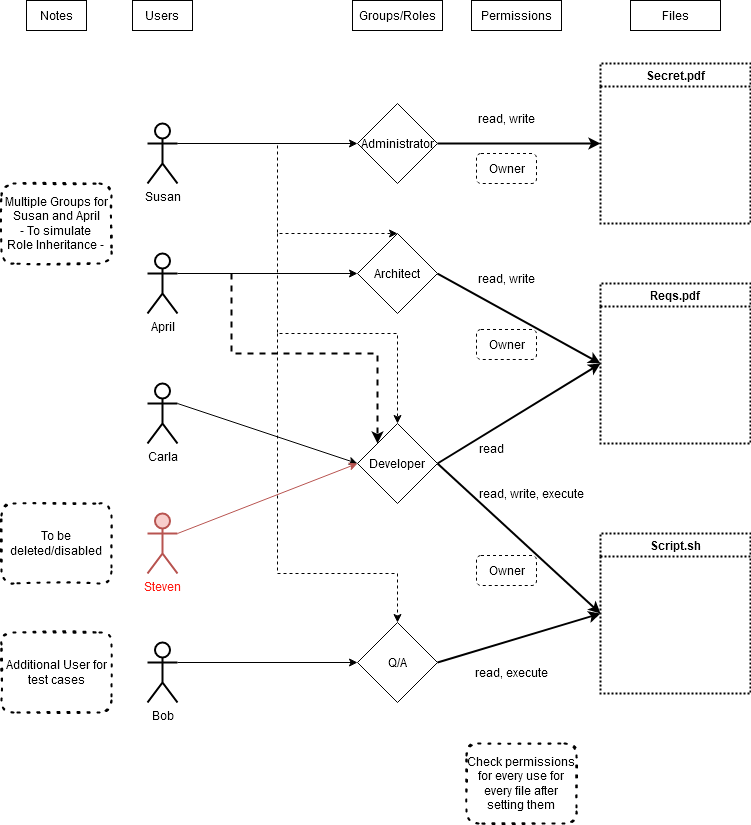
Before: Expanded Plan - top.png, a diagram exported from draw.io (Nobel-CS/RBAC_test). Source tidied: cells renumbered, new cells last; positions are measured from the earlier drawing's top-left corner, leaving out a move shared by most shapes.
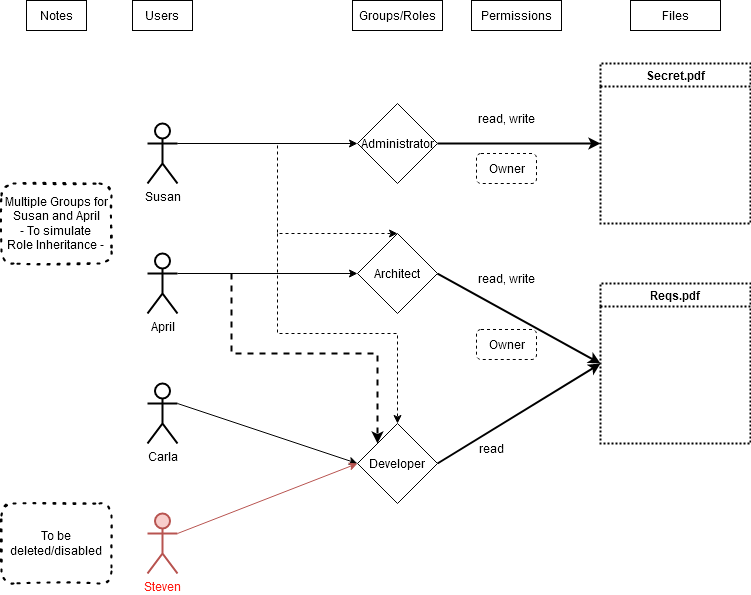
The same file after the commit.

What changed in the source:
```diff
@@ -26,12 +26,6 @@
     <mxCell id="9" value="Steven" style="shape=umlActor;verticalLabelPosition=bottom;verticalAlign=top;html=1;outlineConnect=0;strokeColor=#b85450;strokeWidth=2;fillColor=#f8cecc;fontColor=#FF1C14;" parent="1" vertex="1">
       <mxGeometry x="146" y="513" width="30" height="60" as="geometry" />
     </mxCell>
-    <mxCell id="10" style="edgeStyle=none;rounded=0;jettySize=auto;html=1;exitX=1;exitY=0.3333333333333333;exitDx=0;exitDy=0;exitPerimeter=0;entryX=0;entryY=0.5;entryDx=0;entryDy=0;" parent="1" edge="1" source="11" target="20">
-      <mxGeometry relative="1" as="geometry" />
-    </mxCell>
-    <mxCell id="11" value="Bob" style="shape=umlActor;verticalLabelPosition=bottom;verticalAlign=top;html=1;outlineConnect=0;strokeColor=default;strokeWidth=2;" parent="1" vertex="1">
-      <mxGeometry x="146" y="642" width="30" height="60" as="geometry" />
-    </mxCell>
     <mxCell id="12" style="edgeStyle=none;rounded=0;jettySize=auto;html=1;exitX=1;exitY=0.5;exitDx=0;exitDy=0;entryX=0;entryY=0.5;entryDx=0;entryDy=0;strokeWidth=2;" parent="1" edge="1" source="13" target="34">
       <mxGeometry relative="1" as="geometry" />
     </mxCell>
@@ -47,18 +41,9 @@
     <mxCell id="16" style="edgeStyle=none;rounded=0;jettySize=auto;html=1;exitX=1;exitY=0.5;exitDx=0;exitDy=0;entryX=0;entryY=0.5;entryDx=0;entryDy=0;strokeWidth=2;" parent="1" edge="1" source="18" target="28">
       <mxGeometry relative="1" as="geometry" />
     </mxCell>
-    <mxCell id="17" style="edgeStyle=none;rounded=0;jettySize=auto;html=1;exitX=1;exitY=0.5;exitDx=0;exitDy=0;entryX=0;entryY=0.5;entryDx=0;entryDy=0;strokeWidth=2;" parent="1" edge="1" source="18" target="31">
-      <mxGeometry relative="1" as="geometry" />
-    </mxCell>
     <mxCell id="18" value="Developer" style="rhombus;whiteSpace=wrap;html=1;" parent="1" vertex="1">
       <mxGeometry x="356" y="423" width="80" height="80" as="geometry" />
     </mxCell>
-    <mxCell id="19" style="edgeStyle=none;rounded=0;jettySize=auto;html=1;exitX=1;exitY=0.5;exitDx=0;exitDy=0;entryX=0;entryY=0.5;entryDx=0;entryDy=0;strokeWidth=2;" parent="1" edge="1" source="20" target="31">
-      <mxGeometry relative="1" as="geometry" />
-    </mxCell>
-    <mxCell id="20" value="Q/A" style="rhombus;whiteSpace=wrap;html=1;" parent="1" vertex="1">
-      <mxGeometry x="356" y="622" width="80" height="80" as="geometry" />
-    </mxCell>
     <mxCell id="21" style="endArrow=classic;html=1;rounded=0;exitX=1;exitY=0.3333333333333333;exitDx=0;exitDy=0;exitPerimeter=0;entryX=0.5;entryY=0;entryDx=0;entryDy=0;dashed=1;" parent="1" edge="1" source="3" target="15">
       <mxGeometry relative="1" as="geometry">
         <Array as="points">
@@ -76,15 +61,6 @@
         </Array>
       </mxGeometry>
     </mxCell>
-    <mxCell id="23" style="endArrow=classic;html=1;rounded=0;entryX=0.5;entryY=0;entryDx=0;entryDy=0;dashed=1;" parent="1" edge="1" target="20">
-      <mxGeometry relative="1" as="geometry">
-        <mxPoint x="276" y="333" as="sourcePoint" />
-        <Array as="points">
-          <mxPoint x="276" y="573" />
-          <mxPoint x="396" y="573" />
-        </Array>
-      </mxGeometry>
-    </mxCell>
     <mxCell id="24" value="Users" style="text;html=1;strokeColor=default;fillColor=none;align=center;verticalAlign=middle;whiteSpace=wrap;rounded=0;" parent="1" vertex="1">
       <mxGeometry x="131" width="60" height="30" as="geometry" />
     </mxCell>
@@ -112,15 +88,6 @@
     <mxCell id="30" value="read" style="text;html=1;align=center;verticalAlign=middle;strokeColor=none;fillColor=none;" parent="1" vertex="1">
       <mxGeometry x="465" y="433" width="50" height="30" as="geometry" />
     </mxCell>
-    <mxCell id="31" value="Script.sh" style="swimlane;whiteSpace=wrap;html=1;dashed=1;strokeColor=default;strokeWidth=2;startSize=23;dashPattern=1 1;" parent="1" vertex="1">
-      <mxGeometry x="599" y="533" width="150" height="160" as="geometry" />
-    </mxCell>
-    <mxCell id="32" value="read, write, execute" style="text;html=1;align=center;verticalAlign=middle;strokeColor=none;fillColor=none;" parent="1" vertex="1">
-      <mxGeometry x="465" y="478" width="130" height="30" as="geometry" />
-    </mxCell>
-    <mxCell id="33" value="read, execute" style="text;html=1;align=center;verticalAlign=middle;strokeColor=none;fillColor=none;" parent="1" vertex="1">
-      <mxGeometry x="465" y="657" width="90" height="30" as="geometry" />
-    </mxCell>
     <mxCell id="34" value="Secret.pdf" style="swimlane;whiteSpace=wrap;html=1;dashed=1;strokeColor=default;strokeWidth=2;dashPattern=1 1;" parent="1" vertex="1">
       <mxGeometry x="599" y="63" width="150" height="160" as="geometry" />
     </mxCell>
@@ -133,26 +100,17 @@
     <mxCell id="37" value="Files" style="text;html=1;strokeColor=default;fillColor=none;align=center;verticalAlign=middle;whiteSpace=wrap;rounded=0;" parent="1" vertex="1">
       <mxGeometry x="629" width="90" height="30" as="geometry" />
     </mxCell>
-    <mxCell id="38" value="Additional User for test cases" style="text;html=1;strokeColor=default;fillColor=none;align=center;verticalAlign=middle;whiteSpace=wrap;rounded=1;dashed=1;strokeWidth=2;dashPattern=1 4;glass=0;sketch=1;shadow=0;" parent="1" vertex="1">
-      <mxGeometry y="632" width="110" height="80" as="geometry" />
-    </mxCell>
     <mxCell id="39" value="To be deleted/disabled" style="text;html=1;strokeColor=default;fillColor=none;align=center;verticalAlign=middle;whiteSpace=wrap;rounded=1;dashed=1;strokeWidth=2;dashPattern=1 4;glass=0;sketch=1;shadow=0;" parent="1" vertex="1">
       <mxGeometry y="503" width="110" height="80" as="geometry" />
     </mxCell>
     <mxCell id="40" value="Notes" style="text;html=1;strokeColor=default;fillColor=none;align=center;verticalAlign=middle;whiteSpace=wrap;rounded=0;" parent="1" vertex="1">
       <mxGeometry x="25" width="60" height="30" as="geometry" />
     </mxCell>
-    <mxCell id="41" value="Check permissions for every use for every file after setting them" style="text;html=1;strokeColor=default;fillColor=none;align=center;verticalAlign=middle;whiteSpace=wrap;rounded=1;dashed=1;strokeWidth=2;dashPattern=1 4;glass=0;sketch=1;shadow=0;" parent="1" vertex="1">
-      <mxGeometry x="465" y="743" width="110" height="80" as="geometry" />
-    </mxCell>
     <mxCell id="42" value="Owner" style="text;html=1;align=center;verticalAlign=middle;strokeColor=default;fillColor=none;dashed=1;rounded=1;" parent="1" vertex="1">
       <mxGeometry x="475" y="329" width="60" height="30" as="geometry" />
     </mxCell>
     <mxCell id="43" value="Owner" style="text;html=1;align=center;verticalAlign=middle;strokeColor=default;fillColor=none;rounded=1;dashed=1;" parent="1" vertex="1">
       <mxGeometry x="475" y="153" width="60" height="30" as="geometry" />
     </mxCell>
-    <mxCell id="44" value="Owner" style="text;html=1;align=center;verticalAlign=middle;strokeColor=default;fillColor=none;rounded=1;dashed=1;" parent="1" vertex="1">
-      <mxGeometry x="475" y="555" width="60" height="30" as="geometry" />
-    </mxCell>
   </root>
 </mxGraphModel>
```
